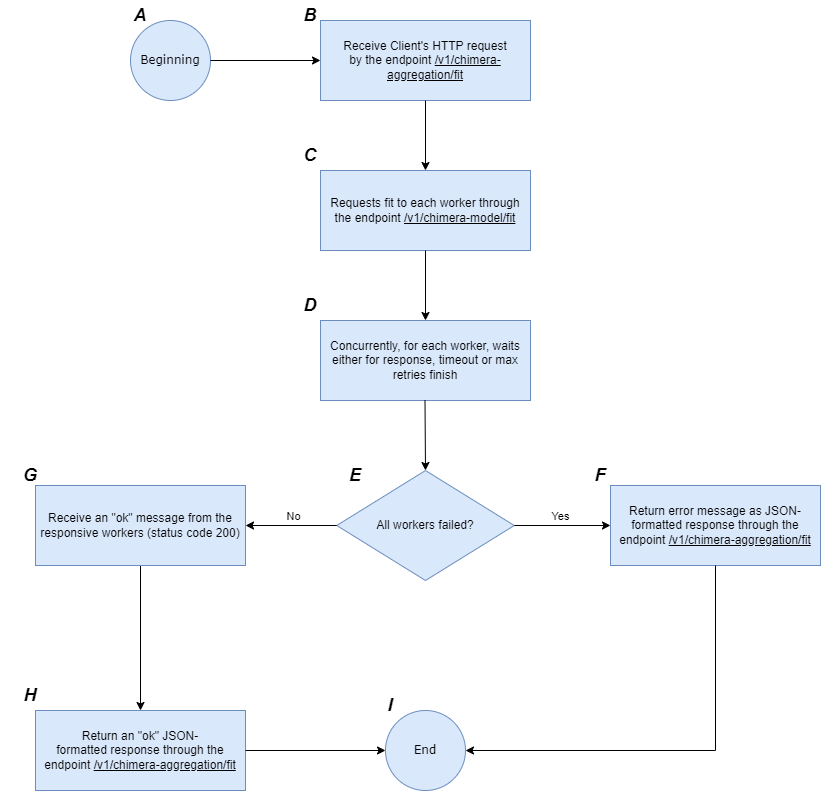
Above: images/aggregation_master_fit_state_machine_flowchart.drawio.png in Samirnunes/chimera (draw.io), before the change. Source tidied: cells renumbered, new cells last; positions are measured from the earlier drawing's top-left corner, leaving out a move shared by most shapes. Source of this version:
```xml
<mxGraphModel>
  <root>
    <mxCell id="0" />
    <mxCell id="1" parent="0" />
    <mxCell id="2" value="&lt;font face=&quot;Verdana&quot;&gt;Beginning&lt;/font&gt;" style="ellipse;whiteSpace=wrap;html=1;fillColor=#dae8fc;strokeColor=#6c8ebf;" parent="1" vertex="1">
      <mxGeometry x="130" y="20" width="80" height="80" as="geometry" />
    </mxCell>
    <mxCell id="3" value="&lt;font face=&quot;Helvetica&quot; style=&quot;font-size: 18px;&quot;&gt;&lt;i style=&quot;&quot;&gt;&lt;b style=&quot;&quot;&gt;A&lt;/b&gt;&lt;/i&gt;&lt;/font&gt;" style="text;html=1;align=center;verticalAlign=middle;whiteSpace=wrap;rounded=0;" parent="1" vertex="1">
      <mxGeometry x="110" width="60" height="30" as="geometry" />
    </mxCell>
    <mxCell id="4" value="Receive Client's HTTP request&lt;div&gt;by the endpoint &lt;u&gt;/v1/chimera-aggregation/fit&lt;/u&gt;&lt;/div&gt;" style="rounded=0;whiteSpace=wrap;html=1;fillColor=#dae8fc;strokeColor=#6c8ebf;" parent="1" vertex="1">
      <mxGeometry x="320" y="20" width="210" height="80" as="geometry" />
    </mxCell>
    <mxCell id="5" value="Requests fit to each worker through the endpoint &lt;u&gt;/v1/chimera-model/fit&lt;/u&gt;" style="rounded=0;whiteSpace=wrap;html=1;fillColor=#dae8fc;strokeColor=#6c8ebf;" parent="1" vertex="1">
      <mxGeometry x="320" y="170" width="210" height="80" as="geometry" />
    </mxCell>
    <mxCell id="6" style="endArrow=classic;html=1;rounded=0;exitX=1;exitY=0.5;exitDx=0;exitDy=0;entryX=0;entryY=0.5;entryDx=0;entryDy=0;" parent="1" edge="1" source="2" target="4">
      <mxGeometry relative="1" as="geometry" />
    </mxCell>
    <mxCell id="7" value="&lt;font face=&quot;Helvetica&quot; style=&quot;font-size: 18px;&quot;&gt;&lt;i style=&quot;&quot;&gt;&lt;b style=&quot;&quot;&gt;B&lt;/b&gt;&lt;/i&gt;&lt;/font&gt;" style="text;html=1;align=center;verticalAlign=middle;whiteSpace=wrap;rounded=0;" parent="1" vertex="1">
      <mxGeometry x="280" width="60" height="30" as="geometry" />
    </mxCell>
    <mxCell id="8" style="endArrow=classic;html=1;rounded=0;exitX=0.5;exitY=1;exitDx=0;exitDy=0;entryX=0.5;entryY=0;entryDx=0;entryDy=0;" parent="1" edge="1" source="4" target="5">
      <mxGeometry relative="1" as="geometry" />
    </mxCell>
    <mxCell id="9" style="edgeStyle=orthogonalEdgeStyle;rounded=0;jettySize=auto;html=1;entryX=0.5;entryY=0;entryDx=0;entryDy=0;" parent="1" edge="1" source="10" target="22">
      <mxGeometry relative="1" as="geometry" />
    </mxCell>
    <mxCell id="10" value="Receive an &quot;ok&quot; message from the responsive workers (status code 200)" style="rounded=0;whiteSpace=wrap;html=1;fillColor=#dae8fc;strokeColor=#6c8ebf;" parent="1" vertex="1">
      <mxGeometry x="35" y="485" width="210" height="80" as="geometry" />
    </mxCell>
    <mxCell id="11" style="endArrow=classic;html=1;rounded=0;exitX=0.5;exitY=1;exitDx=0;exitDy=0;entryX=0.5;entryY=0;entryDx=0;entryDy=0;" parent="1" edge="1" source="5">
      <mxGeometry relative="1" as="geometry">
        <mxPoint x="425" y="320" as="targetPoint" />
      </mxGeometry>
    </mxCell>
    <mxCell id="12" value="All workers failed?" style="rhombus;whiteSpace=wrap;html=1;fillColor=#dae8fc;strokeColor=#6c8ebf;" parent="1" vertex="1">
      <mxGeometry x="336.2" y="470" width="177.5" height="110" as="geometry" />
    </mxCell>
    <mxCell id="13" value="Concurrently, for each worker, waits either for response, timeout or max retries finish" style="rounded=0;whiteSpace=wrap;html=1;fillColor=#dae8fc;strokeColor=#6c8ebf;" parent="1" vertex="1">
      <mxGeometry x="320" y="320" width="210" height="80" as="geometry" />
    </mxCell>
    <mxCell id="14" style="endArrow=classic;html=1;rounded=0;exitX=0.5;exitY=1;exitDx=0;exitDy=0;entryX=0.5;entryY=0;entryDx=0;entryDy=0;" parent="1" edge="1" target="12">
      <mxGeometry relative="1" as="geometry">
        <mxPoint x="424.5" y="400" as="sourcePoint" />
      </mxGeometry>
    </mxCell>
    <mxCell id="15" style="endArrow=classic;html=1;rounded=0;exitX=1;exitY=0.5;exitDx=0;exitDy=0;entryX=0;entryY=0.5;entryDx=0;entryDy=0;" parent="1" edge="1" source="12" target="19">
      <mxGeometry relative="1" as="geometry" />
    </mxCell>
    <mxCell id="16" value="Yes" style="edgeLabel;html=1;align=center;verticalAlign=middle;" parent="15" vertex="1">
      <mxGeometry x="-0.35" y="3" relative="1" as="geometry">
        <mxPoint x="15" y="-7" as="offset" />
      </mxGeometry>
    </mxCell>
    <mxCell id="17" style="endArrow=classic;html=1;rounded=0;exitX=0;exitY=0.5;exitDx=0;exitDy=0;entryX=1;entryY=0.5;entryDx=0;entryDy=0;" parent="1" edge="1" source="12" target="10">
      <mxGeometry relative="1" as="geometry" />
    </mxCell>
    <mxCell id="18" value="No" style="edgeLabel;html=1;align=center;verticalAlign=middle;" parent="17" vertex="1">
      <mxGeometry x="0.09" y="-2" relative="1" as="geometry">
        <mxPoint x="6" y="-8" as="offset" />
      </mxGeometry>
    </mxCell>
    <mxCell id="19" value="Return error message as JSON-formatted response through the endpoint&amp;nbsp;&lt;u&gt;/v1/chimera-aggregation/fit&lt;/u&gt;" style="rounded=0;whiteSpace=wrap;html=1;fillColor=#dae8fc;strokeColor=#6c8ebf;" parent="1" vertex="1">
      <mxGeometry x="610" y="485" width="210" height="80" as="geometry" />
    </mxCell>
    <mxCell id="20" value="&lt;font face=&quot;Verdana&quot;&gt;End&lt;/font&gt;" style="ellipse;whiteSpace=wrap;html=1;fillColor=#dae8fc;strokeColor=#6c8ebf;" parent="1" vertex="1">
      <mxGeometry x="385" y="710" width="80" height="80" as="geometry" />
    </mxCell>
    <mxCell id="21" style="endArrow=classic;html=1;rounded=0;exitX=0.5;exitY=1;exitDx=0;exitDy=0;entryX=1;entryY=0.5;entryDx=0;entryDy=0;" parent="1" edge="1" source="19" target="20">
      <mxGeometry relative="1" as="geometry">
        <Array as="points">
          <mxPoint x="715" y="750" />
        </Array>
      </mxGeometry>
    </mxCell>
    <mxCell id="22" value="Return an &quot;ok&quot; JSON-formatted&amp;nbsp;response through the endpoint&amp;nbsp;&lt;u&gt;/v1/chimera-aggregation/fit&lt;/u&gt;" style="rounded=0;whiteSpace=wrap;html=1;fillColor=#dae8fc;strokeColor=#6c8ebf;" parent="1" vertex="1">
      <mxGeometry x="35" y="710" width="210" height="80" as="geometry" />
    </mxCell>
    <mxCell id="23" style="endArrow=classic;html=1;rounded=0;exitX=1;exitY=0.5;exitDx=0;exitDy=0;entryX=0;entryY=0.5;entryDx=0;entryDy=0;" parent="1" edge="1" source="22" target="20">
      <mxGeometry relative="1" as="geometry" />
    </mxCell>
    <mxCell id="24" value="&lt;font face=&quot;Helvetica&quot; style=&quot;font-size: 18px;&quot;&gt;&lt;i style=&quot;&quot;&gt;&lt;b style=&quot;&quot;&gt;C&lt;/b&gt;&lt;/i&gt;&lt;/font&gt;" style="text;html=1;align=center;verticalAlign=middle;whiteSpace=wrap;rounded=0;" parent="1" vertex="1">
      <mxGeometry x="280" y="140" width="60" height="30" as="geometry" />
    </mxCell>
    <mxCell id="25" value="&lt;font face=&quot;Helvetica&quot; style=&quot;font-size: 18px;&quot;&gt;&lt;i style=&quot;&quot;&gt;&lt;b style=&quot;&quot;&gt;D&lt;/b&gt;&lt;/i&gt;&lt;/font&gt;" style="text;html=1;align=center;verticalAlign=middle;whiteSpace=wrap;rounded=0;" parent="1" vertex="1">
      <mxGeometry x="280" y="290" width="60" height="30" as="geometry" />
    </mxCell>
    <mxCell id="26" value="&lt;font face=&quot;Helvetica&quot; style=&quot;font-size: 18px;&quot;&gt;&lt;i style=&quot;&quot;&gt;&lt;b style=&quot;&quot;&gt;F&lt;/b&gt;&lt;/i&gt;&lt;/font&gt;" style="text;html=1;align=center;verticalAlign=middle;whiteSpace=wrap;rounded=0;" parent="1" vertex="1">
      <mxGeometry x="570" y="460" width="60" height="30" as="geometry" />
    </mxCell>
    <mxCell id="27" value="&lt;font face=&quot;Helvetica&quot; style=&quot;font-size: 18px;&quot;&gt;&lt;i style=&quot;&quot;&gt;&lt;b style=&quot;&quot;&gt;G&lt;/b&gt;&lt;/i&gt;&lt;/font&gt;" style="text;html=1;align=center;verticalAlign=middle;whiteSpace=wrap;rounded=0;" parent="1" vertex="1">
      <mxGeometry y="460" width="60" height="30" as="geometry" />
    </mxCell>
    <mxCell id="28" value="&lt;font face=&quot;Helvetica&quot; style=&quot;font-size: 18px;&quot;&gt;&lt;i style=&quot;&quot;&gt;&lt;b style=&quot;&quot;&gt;E&lt;/b&gt;&lt;/i&gt;&lt;/font&gt;" style="text;html=1;align=center;verticalAlign=middle;whiteSpace=wrap;rounded=0;" parent="1" vertex="1">
      <mxGeometry x="325" y="460" width="60" height="30" as="geometry" />
    </mxCell>
    <mxCell id="29" value="&lt;font face=&quot;Helvetica&quot; style=&quot;font-size: 18px;&quot;&gt;&lt;i style=&quot;&quot;&gt;&lt;b style=&quot;&quot;&gt;H&lt;/b&gt;&lt;/i&gt;&lt;/font&gt;" style="text;html=1;align=center;verticalAlign=middle;whiteSpace=wrap;rounded=0;" parent="1" vertex="1">
      <mxGeometry y="680" width="60" height="30" as="geometry" />
    </mxCell>
    <mxCell id="30" value="&lt;font face=&quot;Helvetica&quot; style=&quot;font-size: 18px;&quot;&gt;&lt;i style=&quot;&quot;&gt;&lt;b style=&quot;&quot;&gt;I&lt;/b&gt;&lt;/i&gt;&lt;/font&gt;" style="text;html=1;align=center;verticalAlign=middle;whiteSpace=wrap;rounded=0;" parent="1" vertex="1">
      <mxGeometry x="360" y="690" width="60" height="30" as="geometry" />
    </mxCell>
  </root>
</mxGraphModel>
```
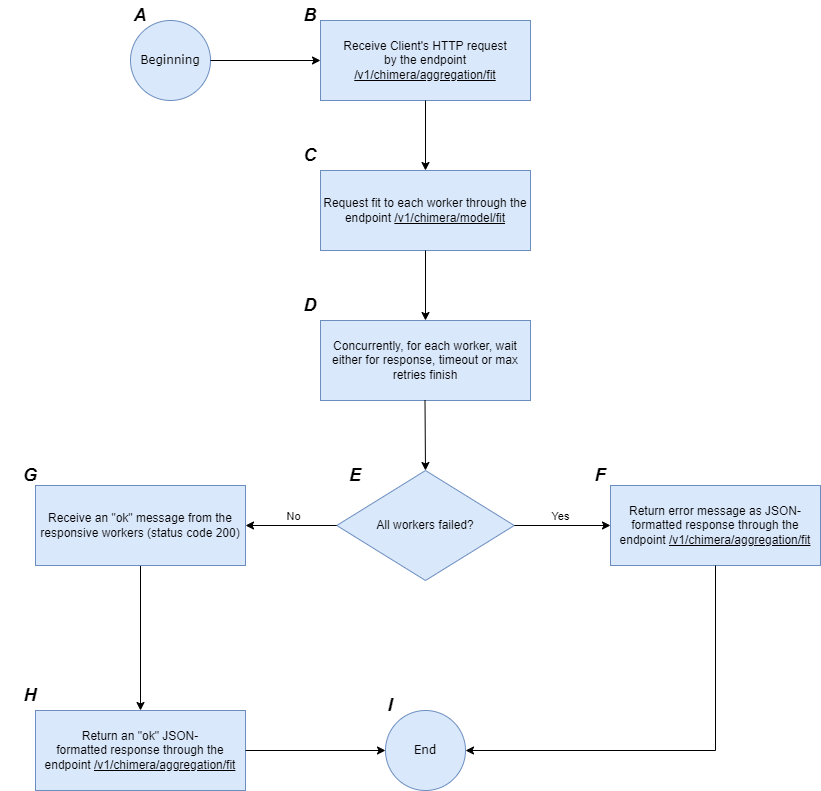
The same diagram one commit later.

Change to the diagram source:
```diff
@@ -8,10 +8,10 @@
     <mxCell id="3" value="&lt;font face=&quot;Helvetica&quot; style=&quot;font-size: 18px;&quot;&gt;&lt;i style=&quot;&quot;&gt;&lt;b style=&quot;&quot;&gt;A&lt;/b&gt;&lt;/i&gt;&lt;/font&gt;" style="text;html=1;align=center;verticalAlign=middle;whiteSpace=wrap;rounded=0;" parent="1" vertex="1">
       <mxGeometry x="110" width="60" height="30" as="geometry" />
     </mxCell>
-    <mxCell id="4" value="Receive Client's HTTP request&lt;div&gt;by the endpoint &lt;u&gt;/v1/chimera-aggregation/fit&lt;/u&gt;&lt;/div&gt;" style="rounded=0;whiteSpace=wrap;html=1;fillColor=#dae8fc;strokeColor=#6c8ebf;" parent="1" vertex="1">
+    <mxCell id="4" value="Receive Client's HTTP request&lt;div&gt;by the endpoint &lt;u&gt;/v1/chimera/aggregation/fit&lt;/u&gt;&lt;/div&gt;" style="rounded=0;whiteSpace=wrap;html=1;fillColor=#dae8fc;strokeColor=#6c8ebf;" parent="1" vertex="1">
       <mxGeometry x="320" y="20" width="210" height="80" as="geometry" />
     </mxCell>
-    <mxCell id="5" value="Requests fit to each worker through the endpoint &lt;u&gt;/v1/chimera-model/fit&lt;/u&gt;" style="rounded=0;whiteSpace=wrap;html=1;fillColor=#dae8fc;strokeColor=#6c8ebf;" parent="1" vertex="1">
+    <mxCell id="5" value="Request fit to each worker through the endpoint &lt;u&gt;/v1/chimera/model/fit&lt;/u&gt;" style="rounded=0;whiteSpace=wrap;html=1;fillColor=#dae8fc;strokeColor=#6c8ebf;" parent="1" vertex="1">
       <mxGeometry x="320" y="170" width="210" height="80" as="geometry" />
     </mxCell>
     <mxCell id="6" style="endArrow=classic;html=1;rounded=0;exitX=1;exitY=0.5;exitDx=0;exitDy=0;entryX=0;entryY=0.5;entryDx=0;entryDy=0;" parent="1" edge="1" source="2" target="4">
@@ -37,7 +37,7 @@
     <mxCell id="12" value="All workers failed?" style="rhombus;whiteSpace=wrap;html=1;fillColor=#dae8fc;strokeColor=#6c8ebf;" parent="1" vertex="1">
       <mxGeometry x="336.2" y="470" width="177.5" height="110" as="geometry" />
     </mxCell>
-    <mxCell id="13" value="Concurrently, for each worker, waits either for response, timeout or max retries finish" style="rounded=0;whiteSpace=wrap;html=1;fillColor=#dae8fc;strokeColor=#6c8ebf;" parent="1" vertex="1">
+    <mxCell id="13" value="Concurrently, for each worker, wait either for response, timeout or max retries finish" style="rounded=0;whiteSpace=wrap;html=1;fillColor=#dae8fc;strokeColor=#6c8ebf;" parent="1" vertex="1">
       <mxGeometry x="320" y="320" width="210" height="80" as="geometry" />
     </mxCell>
     <mxCell id="14" style="endArrow=classic;html=1;rounded=0;exitX=0.5;exitY=1;exitDx=0;exitDy=0;entryX=0.5;entryY=0;entryDx=0;entryDy=0;" parent="1" edge="1" target="12">
@@ -61,7 +61,7 @@
         <mxPoint x="6" y="-8" as="offset" />
       </mxGeometry>
     </mxCell>
-    <mxCell id="19" value="Return error message as JSON-formatted response through the endpoint&amp;nbsp;&lt;u&gt;/v1/chimera-aggregation/fit&lt;/u&gt;" style="rounded=0;whiteSpace=wrap;html=1;fillColor=#dae8fc;strokeColor=#6c8ebf;" parent="1" vertex="1">
+    <mxCell id="19" value="Return error message as JSON-formatted response through the endpoint&amp;nbsp;&lt;u&gt;/v1/chimera/aggregation/fit&lt;/u&gt;" style="rounded=0;whiteSpace=wrap;html=1;fillColor=#dae8fc;strokeColor=#6c8ebf;" parent="1" vertex="1">
       <mxGeometry x="610" y="485" width="210" height="80" as="geometry" />
     </mxCell>
     <mxCell id="20" value="&lt;font face=&quot;Verdana&quot;&gt;End&lt;/font&gt;" style="ellipse;whiteSpace=wrap;html=1;fillColor=#dae8fc;strokeColor=#6c8ebf;" parent="1" vertex="1">
@@ -74,7 +74,7 @@
         </Array>
       </mxGeometry>
     </mxCell>
-    <mxCell id="22" value="Return an &quot;ok&quot; JSON-formatted&amp;nbsp;response through the endpoint&amp;nbsp;&lt;u&gt;/v1/chimera-aggregation/fit&lt;/u&gt;" style="rounded=0;whiteSpace=wrap;html=1;fillColor=#dae8fc;strokeColor=#6c8ebf;" parent="1" vertex="1">
+    <mxCell id="22" value="Return an &quot;ok&quot; JSON-formatted&amp;nbsp;response through the endpoint&amp;nbsp;&lt;u&gt;/v1/chimera/aggregation/fit&lt;/u&gt;" style="rounded=0;whiteSpace=wrap;html=1;fillColor=#dae8fc;strokeColor=#6c8ebf;" parent="1" vertex="1">
       <mxGeometry x="35" y="710" width="210" height="80" as="geometry" />
     </mxCell>
     <mxCell id="23" style="endArrow=classic;html=1;rounded=0;exitX=1;exitY=0.5;exitDx=0;exitDy=0;entryX=0;entryY=0.5;entryDx=0;entryDy=0;" parent="1" edge="1" source="22" target="20">
```
